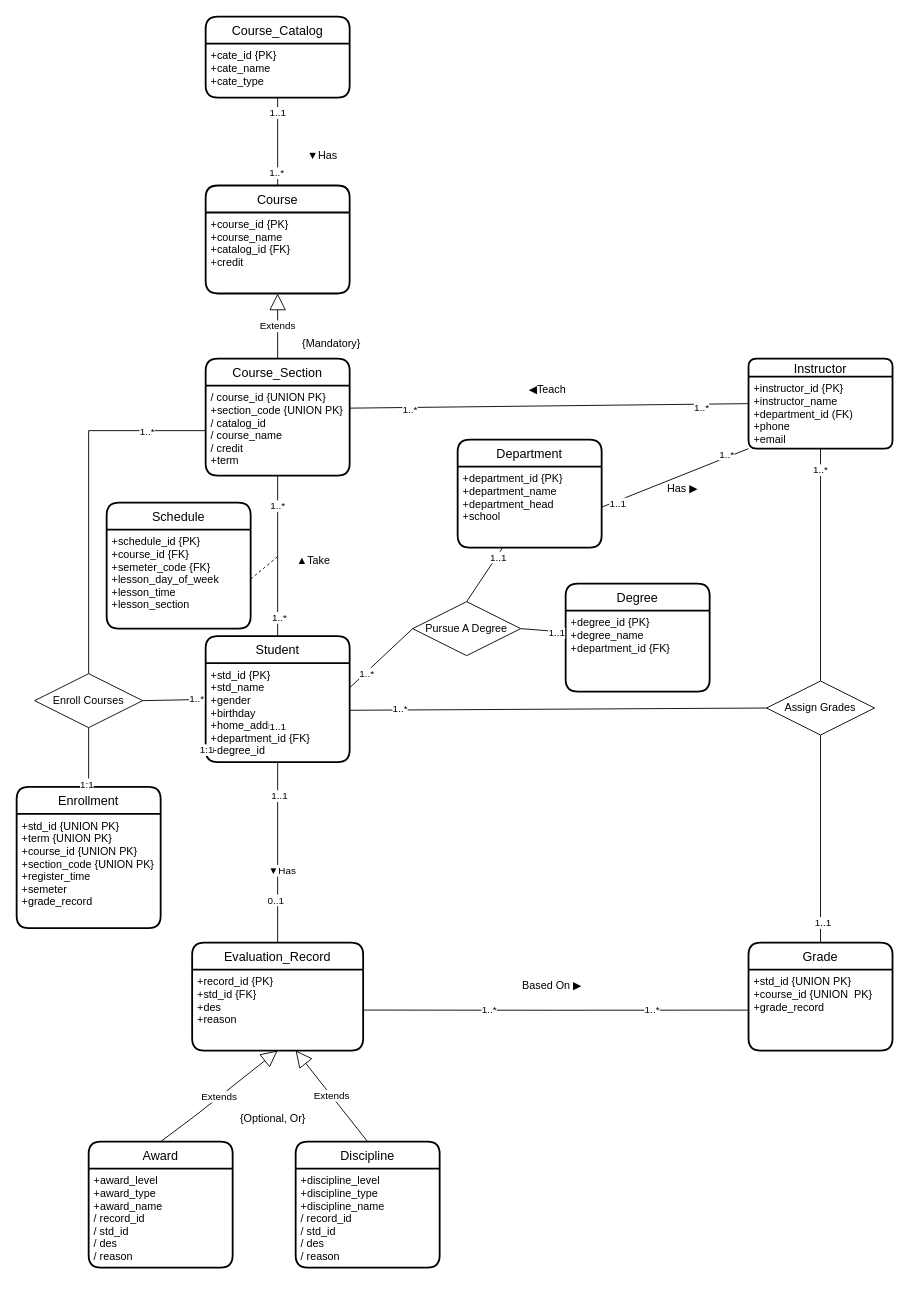
The draw.io diagram page "第 2 页" (2 of 4) of 未命名绘图2.drawio in bincute/iAmReadingBook, before the edit. Source tidied: cells renumbered, new cells numbered last; positions are measured from the earlier drawing's top-left corner, leaving out a move shared by most shapes. Both pictures are drawn from the tidied source at 90%, with x=0, y=0 at pixel (16, 16).
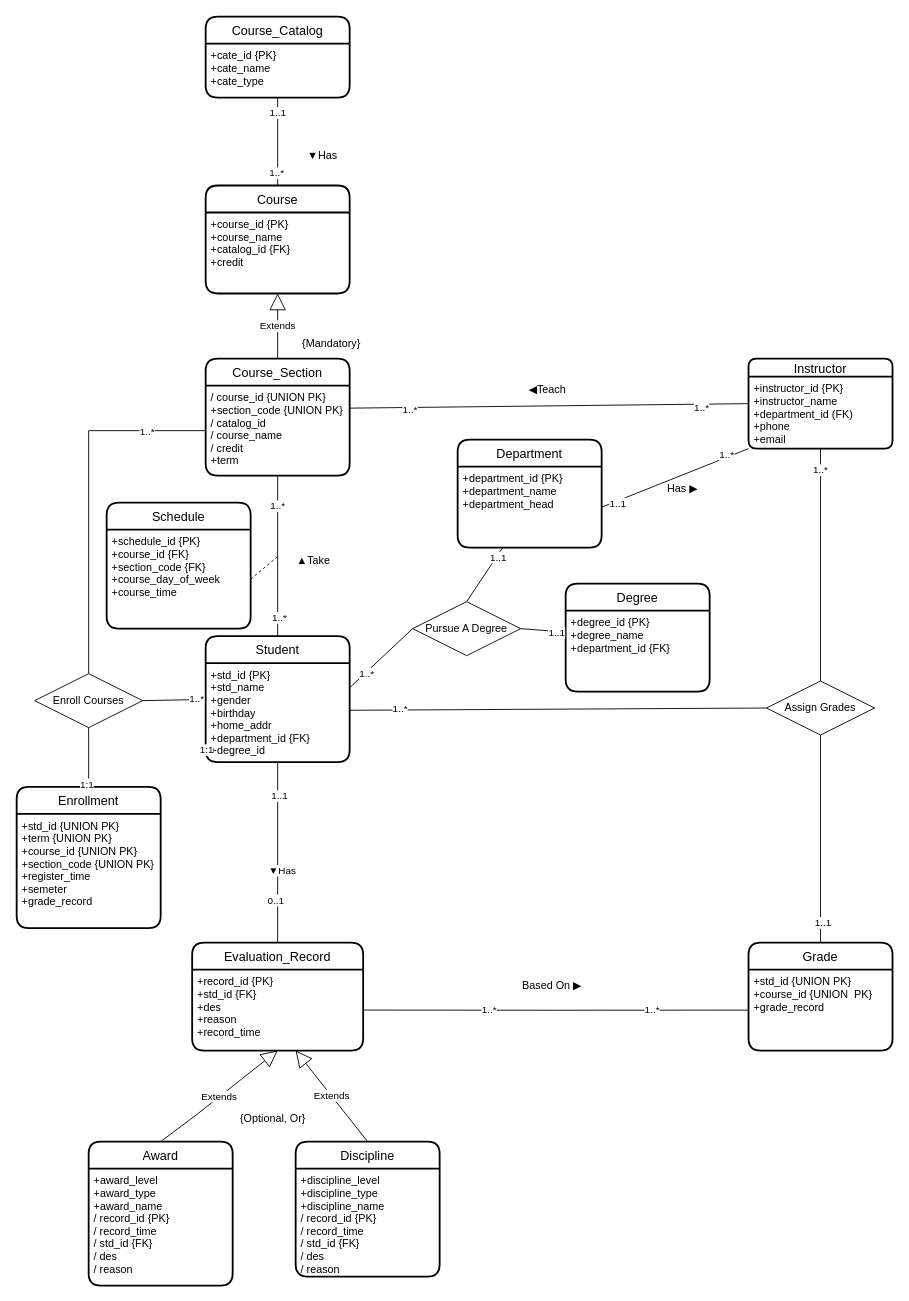
After the change.

Commit message:
更新未命名绘图2.drawio

The change refers to these unchanged cells:
```xml
<mxCell id="30" value="Schedule" style="swimlane;horizontal=1;startSize=30;rounded=1;fontSize=14;fontStyle=0;strokeWidth=2;shadow=0;dashed=0;align=center;" parent="1" vertex="1">
  <mxGeometry x="100" y="540" width="160" height="140" as="geometry" />
</mxCell>
<mxCell id="32" value="Evaluation_Record" style="swimlane;horizontal=1;startSize=30;rounded=1;fontSize=14;fontStyle=0;strokeWidth=2;shadow=0;dashed=0;align=center;" parent="1" vertex="1">
  <mxGeometry x="195" y="1028.8" width="190" height="120" as="geometry" />
</mxCell>
<mxCell id="40" value="Department" style="swimlane;horizontal=1;startSize=30;rounded=1;fontSize=14;fontStyle=0;strokeWidth=2;shadow=0;dashed=0;align=center;" parent="1" vertex="1">
  <mxGeometry x="490" y="470" width="160" height="120" as="geometry" />
</mxCell>
<mxCell id="50" style="edgeStyle=none;rounded=0;jettySize=auto;html=1;endArrow=none;endFill=0;exitX=0.5;exitY=0;exitDx=0;exitDy=0;" parent="1" edge="1" source="4" target="48">
  <mxGeometry relative="1" as="geometry" />
</mxCell>
```

The edit, as a diff of the source:
```diff
@@
-    <mxCell id="31" value="+schedule_id {PK}&#10;+course_id {FK}&#10;+semeter_code {FK}&#10;+lesson_day_of_week&#10;+lesson_time&#10;+lesson_section&#10;" style="align=left;strokeColor=none;fillColor=none;spacingLeft=4;fontSize=12;verticalAlign=top;" parent="30" vertex="1">
+    <mxCell id="31" value="+schedule_id {PK}&#10;+course_id {FK}&#10;+section_code {FK}&#10;+course_day_of_week&#10;+course_time&#10;" style="align=left;strokeColor=none;fillColor=none;spacingLeft=4;fontSize=12;verticalAlign=top;" parent="30" vertex="1">
       <mxGeometry y="30" width="160" height="110" as="geometry" />
     </mxCell>
@@
-    <mxCell id="33" value="+record_id {PK}&#10;+std_id {FK}&#10;+des&#10;+reason" style="align=left;strokeColor=none;fillColor=none;spacingLeft=4;fontSize=12;verticalAlign=top;" parent="32" vertex="1">
+    <mxCell id="33" value="+record_id {PK}&#10;+std_id {FK}&#10;+des&#10;+reason&#10;+record_time" style="align=left;strokeColor=none;fillColor=none;spacingLeft=4;fontSize=12;verticalAlign=top;" parent="32" vertex="1">
       <mxGeometry y="30" width="190" height="90" as="geometry" />
     </mxCell>
@@
-    <mxCell id="41" value="+department_id {PK}&#10;+department_name&#10;+department_head&#10;+school" style="align=left;strokeColor=none;fillColor=none;spacingLeft=4;fontSize=12;verticalAlign=top;" parent="40" vertex="1">
+    <mxCell id="41" value="+department_id {PK}&#10;+department_name&#10;+department_head&#10;" style="align=left;strokeColor=none;fillColor=none;spacingLeft=4;fontSize=12;verticalAlign=top;" parent="40" vertex="1">
       <mxGeometry y="30" width="160" height="90" as="geometry" />
     </mxCell>
@@
-    <mxCell id="52" value="1..1" style="edgeLabel;html=1;align=center;verticalAlign=middle;" parent="50" vertex="1">
-      <mxGeometry x="-0.69" y="1" relative="1" as="geometry">
-        <mxPoint y="128" as="offset" />
-      </mxGeometry>
-    </mxCell>
@@
     <mxCell id="67" value="Award" style="swimlane;horizontal=1;startSize=30;rounded=1;fontSize=14;fontStyle=0;strokeWidth=2;shadow=0;dashed=0;align=center;" parent="1" vertex="1">
-      <mxGeometry x="80" y="1250" width="160" height="140" as="geometry" />
+      <mxGeometry x="80" y="1250" width="160" height="160" as="geometry" />
     </mxCell>
-    <mxCell id="68" value="+award_level&#10;+award_type&#10;+award_name&#10;/ record_id&#10;/ std_id&#10;/ des&#10;/ reason" style="align=left;strokeColor=none;fillColor=none;spacingLeft=4;fontSize=12;verticalAlign=top;" parent="67" vertex="1">
-      <mxGeometry y="30" width="160" height="110" as="geometry" />
+    <mxCell id="68" value="+award_level&#10;+award_type&#10;+award_name&#10;/ record_id {PK}&#10;/ record_time&#10;/ std_id {FK}&#10;/ des&#10;/ reason" style="align=left;strokeColor=none;fillColor=none;spacingLeft=4;fontSize=12;verticalAlign=top;" parent="67" vertex="1">
+      <mxGeometry y="30" width="160" height="130" as="geometry" />
     </mxCell>
     <mxCell id="69" value="Discipline" style="swimlane;horizontal=1;startSize=30;rounded=1;fontSize=14;fontStyle=0;strokeWidth=2;shadow=0;dashed=0;align=center;" parent="1" vertex="1">
-      <mxGeometry x="310" y="1250" width="160" height="140" as="geometry" />
+      <mxGeometry x="310" y="1250" width="160" height="150" as="geometry" />
     </mxCell>
-    <mxCell id="70" value="+discipline_level&#10;+discipline_type&#10;+discipline_name&#10;/ record_id&#10;/ std_id&#10;/ des&#10;/ reason" style="align=left;strokeColor=none;fillColor=none;spacingLeft=4;fontSize=12;verticalAlign=top;" parent="69" vertex="1">
-      <mxGeometry y="30" width="160" height="110" as="geometry" />
+    <mxCell id="70" value="+discipline_level&#10;+discipline_type&#10;+discipline_name&#10;/ record_id {PK}&#10;/ record_time&#10;/ std_id {FK}&#10;/ des&#10;/ reason" style="align=left;strokeColor=none;fillColor=none;spacingLeft=4;fontSize=12;verticalAlign=top;" parent="69" vertex="1">
+      <mxGeometry y="30" width="160" height="120" as="geometry" />
     </mxCell>
```
